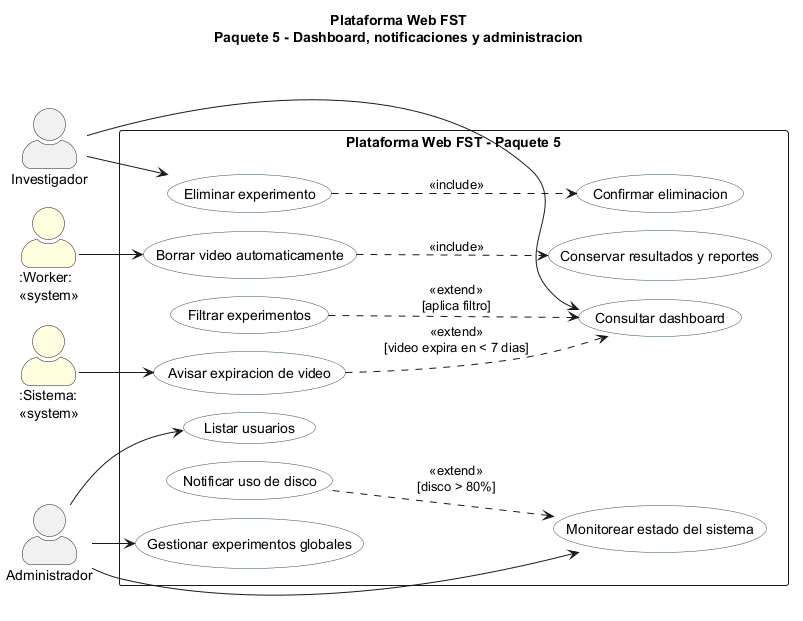
Before: figures/mermaid/cu_paquete5.png, a diagram exported from PlantUML (ErickJester/fst-ai-system-latex). Its diagram source:
```plantuml
@startuml
!pragma layout smetana
title Plataforma Web FST\nPaquete 5 - Dashboard, notificaciones y administracion
left to right direction
skinparam packageStyle rectangle
skinparam actorStyle awesome
skinparam usecase {
  BackgroundColor White
  BorderColor DarkSlateGray
}
actor "Investigador" as INV
actor "Administrador" as ADMIN
actor ":Worker:\n<<system>>" as WRK #LightYellow
actor ":Sistema:\n<<system>>" as SYS #LightYellow
rectangle "Plataforma Web FST - Paquete 5" {
  usecase "Consultar dashboard" as UC51
  usecase "Filtrar experimentos" as UC51a
  usecase "Avisar expiracion de video" as UC52
  usecase "Eliminar experimento" as UC53
  usecase "Confirmar eliminacion" as UC53a
  usecase "Borrar video automaticamente" as UC54
  usecase "Conservar resultados y reportes" as UC55
  usecase "Listar usuarios" as UC56
  usecase "Monitorear estado del sistema" as UC57
  usecase "Notificar uso de disco" as UC57a
  usecase "Gestionar experimentos globales" as UC58
}
INV --> UC51
INV --> UC53
ADMIN --> UC56
ADMIN --> UC57
ADMIN --> UC58
WRK --> UC54
SYS --> UC52
UC52 ..> UC51 : <<extend>>\n[video expira en < 7 dias]
UC51a ..> UC51 : <<extend>>\n[aplica filtro]
UC57a ..> UC57 : <<extend>>\n[disco > 80%]
UC53 ..> UC53a : <<include>>
UC54 ..> UC55 : <<include>>
@enduml
```
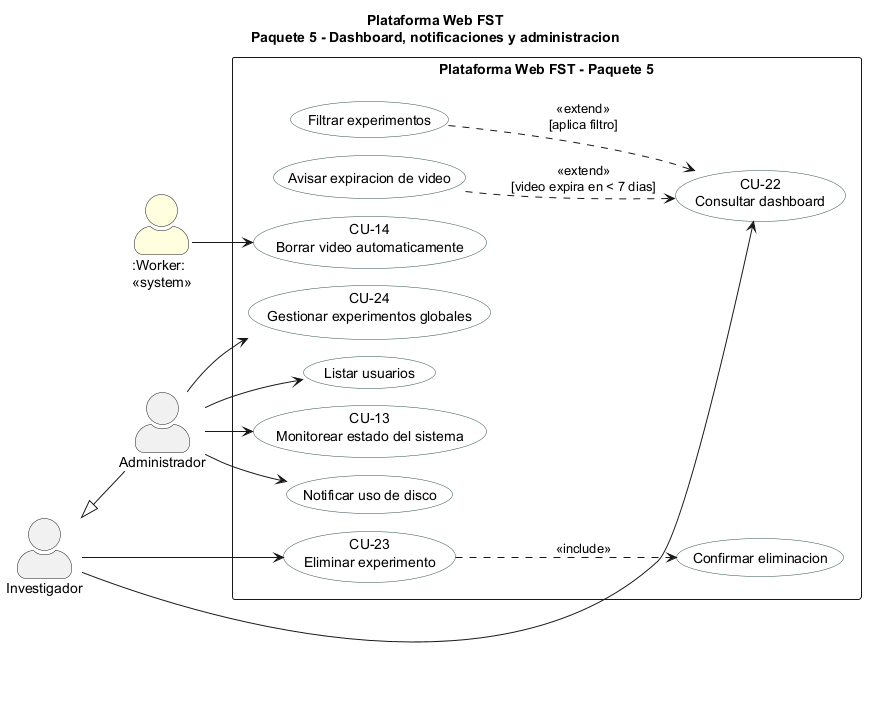
After the commit.

Change to the diagram source:
```diff
@@ -11,30 +11,27 @@
 actor "Investigador" as INV
 actor "Administrador" as ADMIN
 actor ":Worker:\n<<system>>" as WRK #LightYellow
-actor ":Sistema:\n<<system>>" as SYS #LightYellow
+INV <|-- ADMIN
 rectangle "Plataforma Web FST - Paquete 5" {
-  usecase "Consultar dashboard" as UC51
+  usecase "CU-22\nConsultar dashboard" as CU22
   usecase "Filtrar experimentos" as UC51a
   usecase "Avisar expiracion de video" as UC52
-  usecase "Eliminar experimento" as UC53
+  usecase "CU-23\nEliminar experimento" as CU23
   usecase "Confirmar eliminacion" as UC53a
-  usecase "Borrar video automaticamente" as UC54
-  usecase "Conservar resultados y reportes" as UC55
+  usecase "CU-14\nBorrar video automaticamente" as CU14
   usecase "Listar usuarios" as UC56
-  usecase "Monitorear estado del sistema" as UC57
+  usecase "CU-13\nMonitorear estado del sistema" as CU13
   usecase "Notificar uso de disco" as UC57a
-  usecase "Gestionar experimentos globales" as UC58
+  usecase "CU-24\nGestionar experimentos globales" as CU24
 }
-INV --> UC51
-INV --> UC53
+INV --> CU22
+INV --> CU23
 ADMIN --> UC56
-ADMIN --> UC57
-ADMIN --> UC58
-WRK --> UC54
-SYS --> UC52
-UC52 ..> UC51 : <<extend>>\n[video expira en < 7 dias]
-UC51a ..> UC51 : <<extend>>\n[aplica filtro]
-UC57a ..> UC57 : <<extend>>\n[disco > 80%]
-UC53 ..> UC53a : <<include>>
-UC54 ..> UC55 : <<include>>
+ADMIN --> CU13
+ADMIN --> UC57a
+ADMIN --> CU24
+WRK --> CU14
+UC52 ..> CU22 : <<extend>>\n[video expira en < 7 dias]
+UC51a ..> CU22 : <<extend>>\n[aplica filtro]
+CU23 ..> UC53a : <<include>>
 @enduml
```
